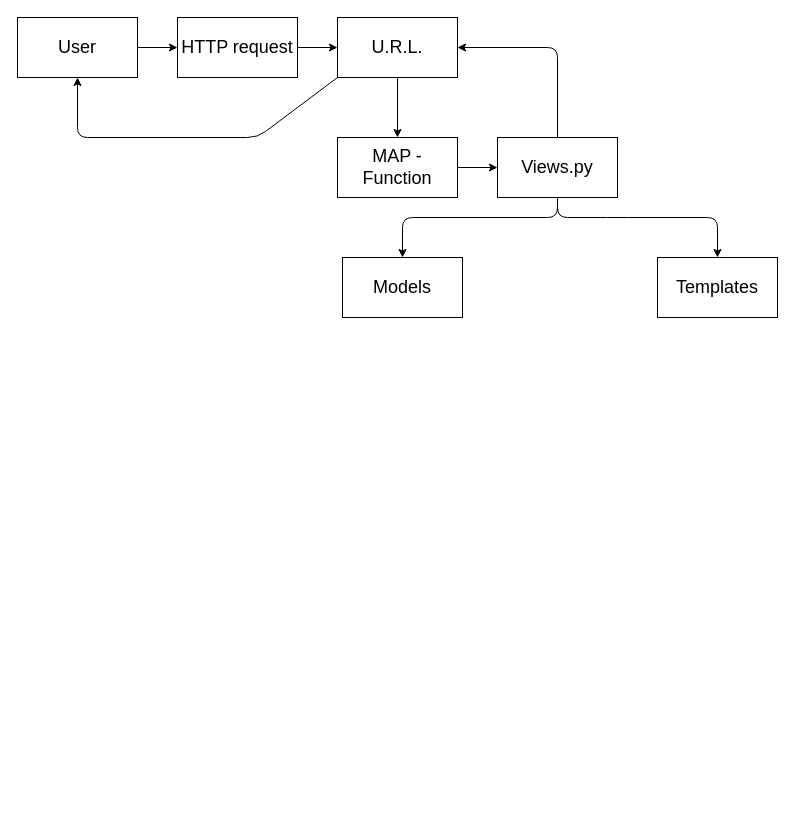
Above: class/Django/class_1.drawio in Shailsharma2604/code_sem4 (draw.io), before the change. Source tidied: cells renumbered, new cells numbered last; positions are measured from the earlier drawing's top-left corner, leaving out a move shared by most shapes. Both pictures are drawn from the tidied source at 100%, with x=0, y=0 at pixel (17, 17).
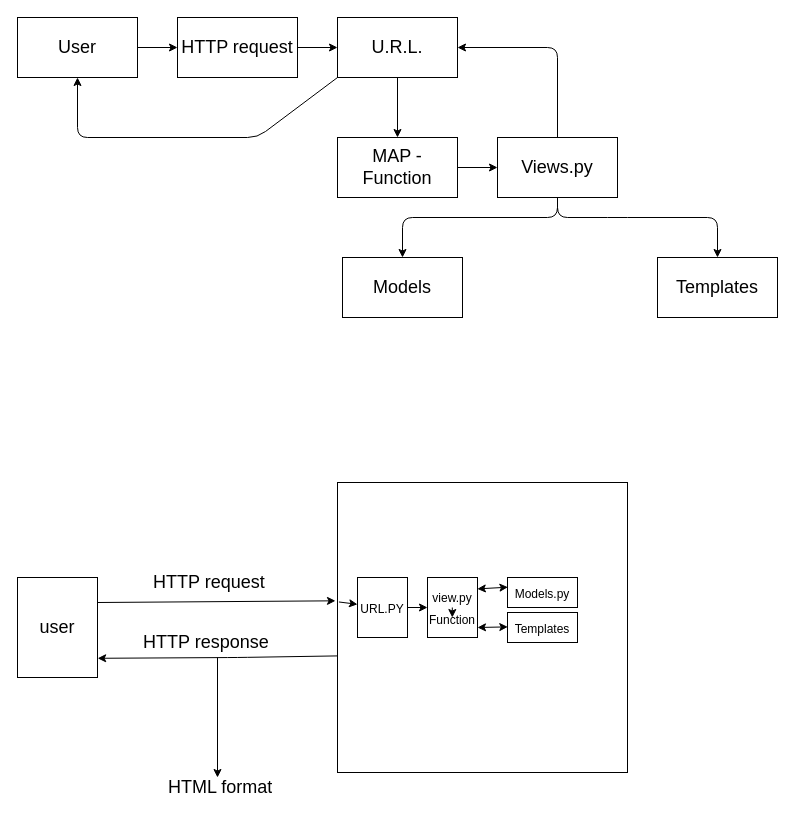
The same diagram, later.

Diff of the diagram source:
```diff
@@
+    <mxCell id="17" style="edgeStyle=none;html=1;exitX=1;exitY=0.25;exitDx=0;exitDy=0;entryX=-0.007;entryY=0.408;entryDx=0;entryDy=0;entryPerimeter=0;fontSize=18;" parent="1" edge="1" source="18" target="20">
+      <mxGeometry relative="1" as="geometry" />
+    </mxCell>
+    <mxCell id="18" value="&lt;font style=&quot;font-size: 18px;&quot;&gt;user&lt;/font&gt;" style="rounded=0;whiteSpace=wrap;html=1;" parent="1" vertex="1">
+      <mxGeometry y="560" width="80" height="100" as="geometry" />
+    </mxCell>
+    <mxCell id="19" style="edgeStyle=none;html=1;fontSize=18;exitX=-0.001;exitY=0.598;exitDx=0;exitDy=0;exitPerimeter=0;entryX=1.002;entryY=0.808;entryDx=0;entryDy=0;entryPerimeter=0;" parent="1" edge="1" source="20" target="18">
+      <mxGeometry relative="1" as="geometry">
+        <Array as="points">
+          <mxPoint x="220" y="640" />
+        </Array>
+      </mxGeometry>
+    </mxCell>
+    <mxCell id="20" style="whiteSpace=wrap;html=1;fontSize=18;" parent="1" vertex="1">
+      <mxGeometry x="320" y="465" width="290" height="290" as="geometry" />
+    </mxCell>
+    <mxCell id="21" value="HTTP request" style="text;strokeColor=none;fillColor=none;align=left;verticalAlign=middle;spacingLeft=4;spacingRight=4;overflow=hidden;whiteSpace=wrap;html=1;fontSize=18;" parent="1" vertex="1">
+      <mxGeometry x="130" y="550" width="150" height="30" as="geometry" />
+    </mxCell>
+    <mxCell id="22" style="endArrow=classic;html=1;fontSize=18;" parent="1" edge="1">
+      <mxGeometry relative="1" as="geometry">
+        <mxPoint x="200" y="640" as="sourcePoint" />
+        <mxPoint x="200" y="760" as="targetPoint" />
+      </mxGeometry>
+    </mxCell>
+    <mxCell id="23" value="HTTP response" style="text;strokeColor=none;fillColor=none;align=left;verticalAlign=middle;spacingLeft=4;spacingRight=4;overflow=hidden;whiteSpace=wrap;html=1;fontSize=18;" parent="1" vertex="1">
+      <mxGeometry x="120" y="610" width="150" height="30" as="geometry" />
+    </mxCell>
+    <mxCell id="24" value="HTML format" style="text;strokeColor=none;fillColor=none;align=left;verticalAlign=middle;spacingLeft=4;spacingRight=4;overflow=hidden;whiteSpace=wrap;html=1;fontSize=18;" parent="1" vertex="1">
+      <mxGeometry x="145" y="755" width="150" height="30" as="geometry" />
+    </mxCell>
+    <mxCell id="25" style="endArrow=classic;html=1;fontSize=18;exitX=0.005;exitY=0.412;exitDx=0;exitDy=0;exitPerimeter=0;" parent="1" edge="1" source="20" target="27">
+      <mxGeometry relative="1" as="geometry" />
+    </mxCell>
+    <mxCell id="26" style="edgeStyle=none;html=1;fontSize=18;" parent="1" edge="1" source="27" target="28">
+      <mxGeometry relative="1" as="geometry" />
+    </mxCell>
+    <mxCell id="27" value="&lt;font style=&quot;font-size: 12px;&quot;&gt;URL.PY&lt;/font&gt;" style="rounded=0;whiteSpace=wrap;html=1;fontSize=18;" parent="1" vertex="1">
+      <mxGeometry x="340" y="560" width="50" height="60" as="geometry" />
+    </mxCell>
+    <mxCell id="28" value="&lt;font style=&quot;font-size: 12px;&quot;&gt;view.py&lt;br&gt;Function&lt;br&gt;&lt;/font&gt;" style="rounded=0;whiteSpace=wrap;html=1;fontSize=18;" parent="1" vertex="1">
+      <mxGeometry x="410" y="560" width="50" height="60" as="geometry" />
+    </mxCell>
+    <mxCell id="29" value="&lt;font style=&quot;font-size: 12px;&quot;&gt;Models.py&lt;br&gt;&lt;/font&gt;" style="rounded=0;whiteSpace=wrap;html=1;fontSize=18;" parent="1" vertex="1">
+      <mxGeometry x="490" y="560" width="70" height="30" as="geometry" />
+    </mxCell>
+    <mxCell id="30" style="endArrow=classic;startArrow=classic;html=1;fontSize=12;exitX=0.997;exitY=0.19;exitDx=0;exitDy=0;exitPerimeter=0;entryX=0.006;entryY=0.323;entryDx=0;entryDy=0;entryPerimeter=0;" parent="1" edge="1" source="28" target="29">
+      <mxGeometry relative="1" as="geometry" />
+    </mxCell>
+    <mxCell id="31" style="endArrow=classic;startArrow=classic;html=1;fontSize=12;exitX=1;exitY=0.333;exitDx=0;exitDy=0;exitPerimeter=0;entryX=0.006;entryY=0.323;entryDx=0;entryDy=0;entryPerimeter=0;" parent="1" edge="1">
+      <mxGeometry relative="1" as="geometry">
+        <mxPoint x="460" y="610" as="sourcePoint" />
+        <mxPoint x="490.3" y="609.4" as="targetPoint" />
+      </mxGeometry>
+    </mxCell>
+    <mxCell id="32" style="endArrow=classic;html=1;fontSize=12;" parent="1" edge="1">
+      <mxGeometry relative="1" as="geometry">
+        <mxPoint x="434.8" y="590" as="sourcePoint" />
+        <mxPoint x="434.8" y="600" as="targetPoint" />
+      </mxGeometry>
+    </mxCell>
+    <mxCell id="33" value="&lt;font style=&quot;font-size: 12px;&quot;&gt;Templates&lt;br&gt;&lt;/font&gt;" style="rounded=0;whiteSpace=wrap;html=1;fontSize=18;" parent="1" vertex="1">
+      <mxGeometry x="490" y="595" width="70" height="30" as="geometry" />
+    </mxCell>
```
